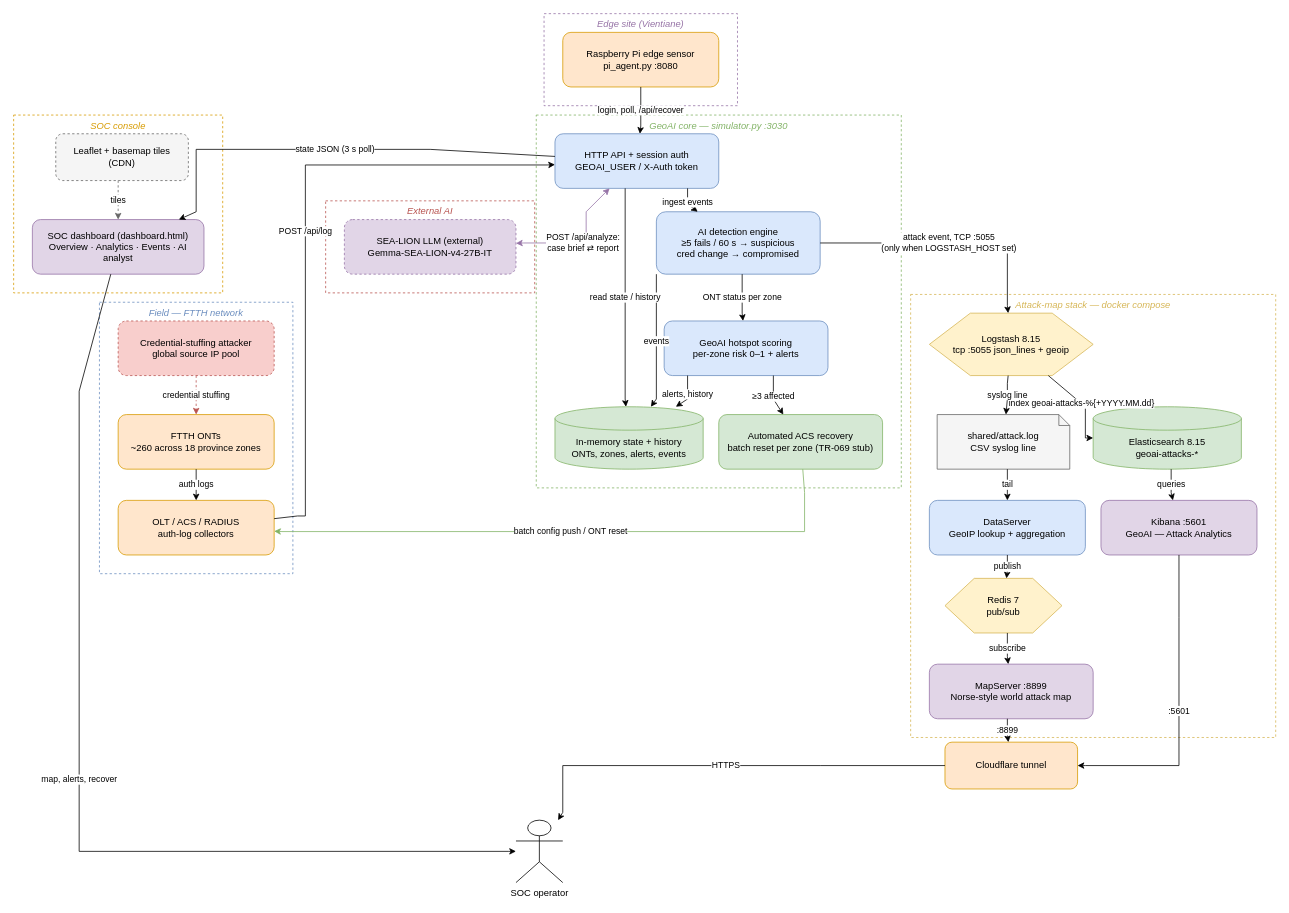
Earlier version of the draw.io diagram docs/architecture.drawio (phonepadith/HACK_LA_127). Source tidied: cells renumbered, new cells numbered last; positions are measured from the earlier drawing's top-left corner, leaving out a move shared by most shapes. Both pictures are drawn from the tidied source at 78%, with x=0, y=0 at pixel (13, 13).
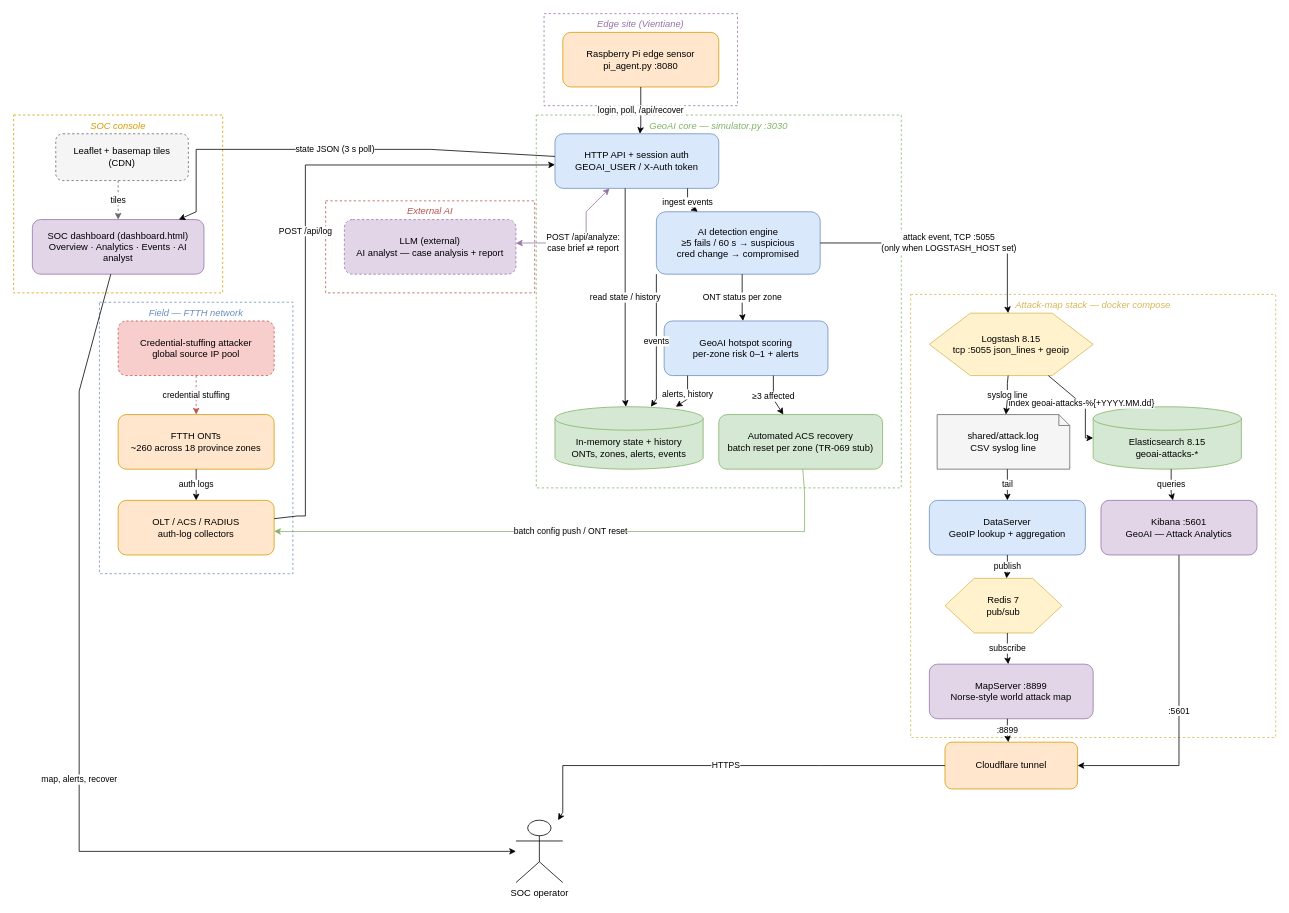
Above is the later version.

Commit message (it also covers changes not shown here):
Architecture diagram: label the external model generically as LLM

Unchanged cells that the change refers to:
```xml
<mxCell id="4" value="External AI" style="rounded=0;whiteSpace=wrap;html=1;fillColor=none;strokeColor=#b85450;fontColor=#b85450;verticalAlign=top;fontStyle=2;dashed=1;" parent="1" vertex="1">
  <mxGeometry x="400" y="240" width="268" height="118" as="geometry" />
</mxCell>
```

Diff of the diagram source:
```diff
@@
-    <mxCell id="28" value="SEA-LION LLM (external)&#10;Gemma-SEA-LION-v4-27B-IT" style="rounded=1;whiteSpace=wrap;html=1;dashed=1;fillColor=#e1d5e7;strokeColor=#9673a6;" parent="4" vertex="1">
+    <mxCell id="28" value="LLM (external)&#10;AI analyst — case analysis + report" style="rounded=1;whiteSpace=wrap;html=1;dashed=1;fillColor=#e1d5e7;strokeColor=#9673a6;" parent="4" vertex="1">
       <mxGeometry x="24" y="24" width="220" height="70" as="geometry" />
     </mxCell>
```
